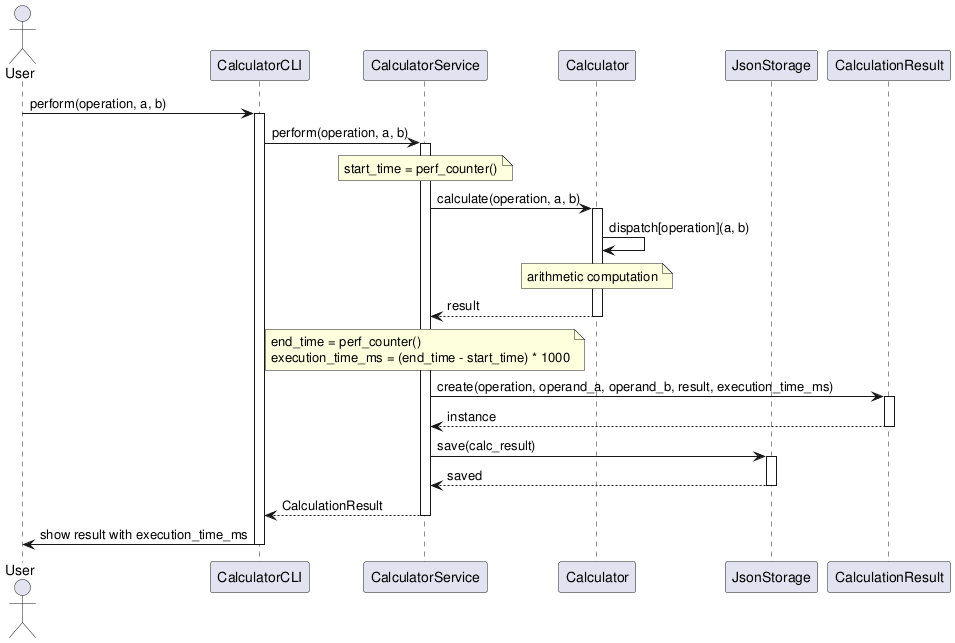
The PlantUML diagram experiments/broadcast/user_stories/calculator/artifacts/sequence_diagram.png in DanielRiha8906/Software_autoevolution_using_agents, before a commit.
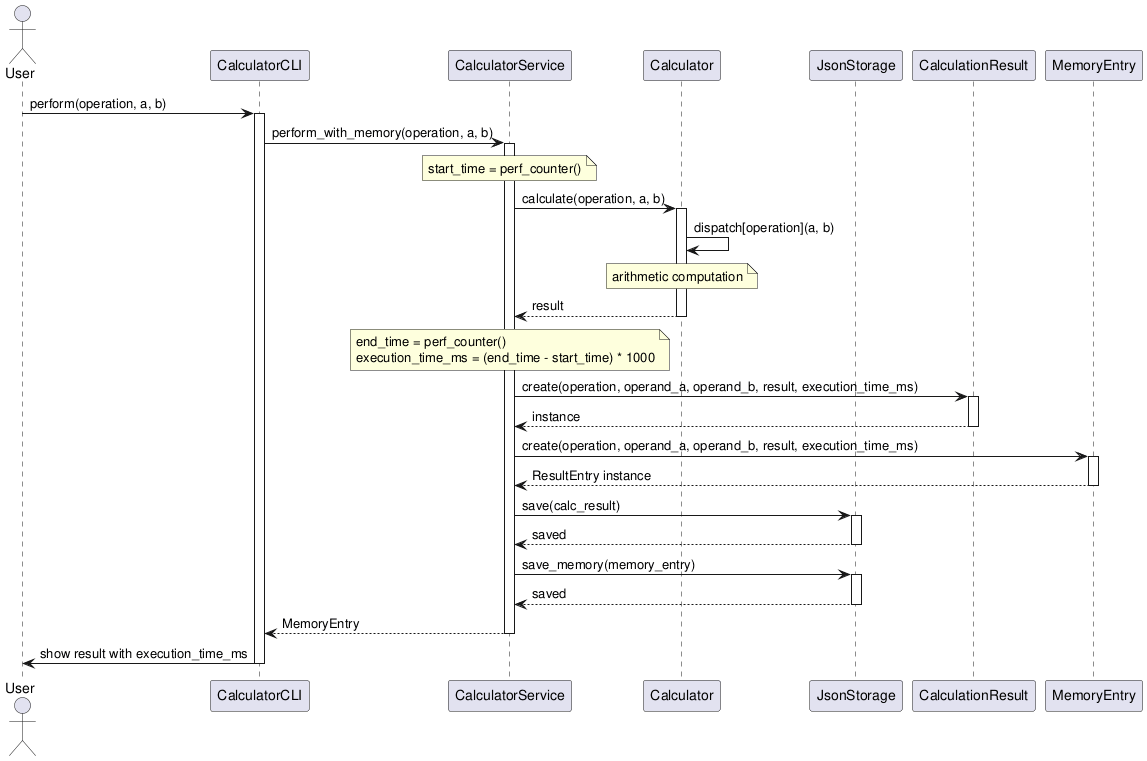
Later version of the same file.

Diff of the diagram source:
```diff
@@ -6,11 +6,12 @@
 participant Calculator
 participant JsonStorage
 participant CalculationResult
+participant MemoryEntry
 
 User -> CalculatorCLI: perform(operation, a, b)
 activate CalculatorCLI
 
-CalculatorCLI -> CalculatorService: perform(operation, a, b)
+CalculatorCLI -> CalculatorService: perform_with_memory(operation, a, b)
 activate CalculatorService
 
 note over CalculatorService: start_time = perf_counter()
@@ -31,12 +32,22 @@
 CalculationResult --> CalculatorService: instance
 deactivate CalculationResult
 
+CalculatorService -> MemoryEntry: create(operation, operand_a, operand_b, result, execution_time_ms)
+activate MemoryEntry
+MemoryEntry --> CalculatorService: ResultEntry instance
+deactivate MemoryEntry
+
 CalculatorService -> JsonStorage: save(calc_result)
 activate JsonStorage
 JsonStorage --> CalculatorService: saved
 deactivate JsonStorage
 
-CalculatorService --> CalculatorCLI: CalculationResult
+CalculatorService -> JsonStorage: save_memory(memory_entry)
+activate JsonStorage
+JsonStorage --> CalculatorService: saved
+deactivate JsonStorage
+
+CalculatorService --> CalculatorCLI: MemoryEntry
 deactivate CalculatorService
 
 CalculatorCLI -> User: show result with execution_time_ms
```
